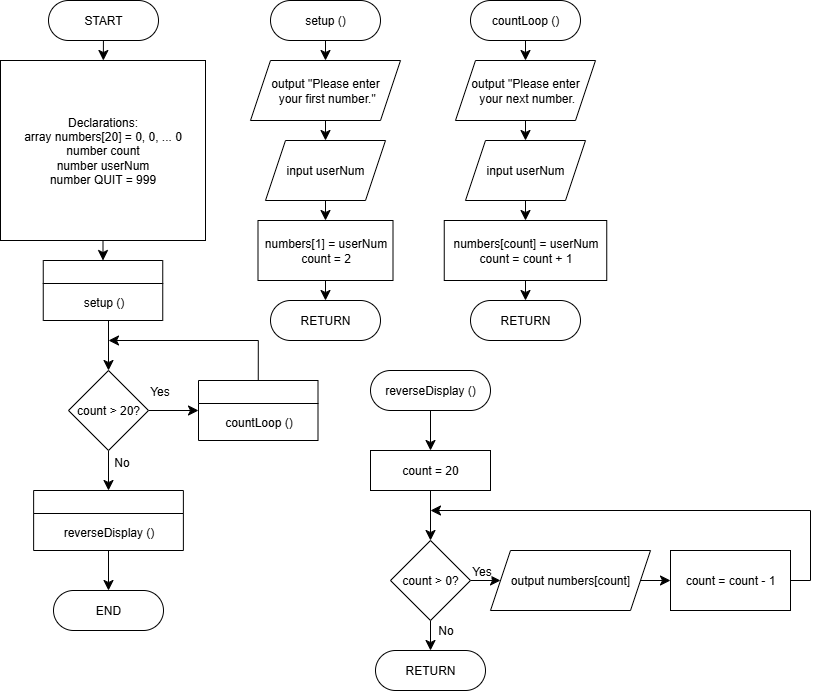
Earlier version of the draw.io export Module 7 - Arrays Exercise 1-2 - Connor Bowles.drawio.png (CBowles10/SDEV_120_FALL2025_CBOWLES). Source tidied: cells renumbered, new cells last; positions are measured from the earlier drawing's top-left corner, leaving out a move shared by most shapes.
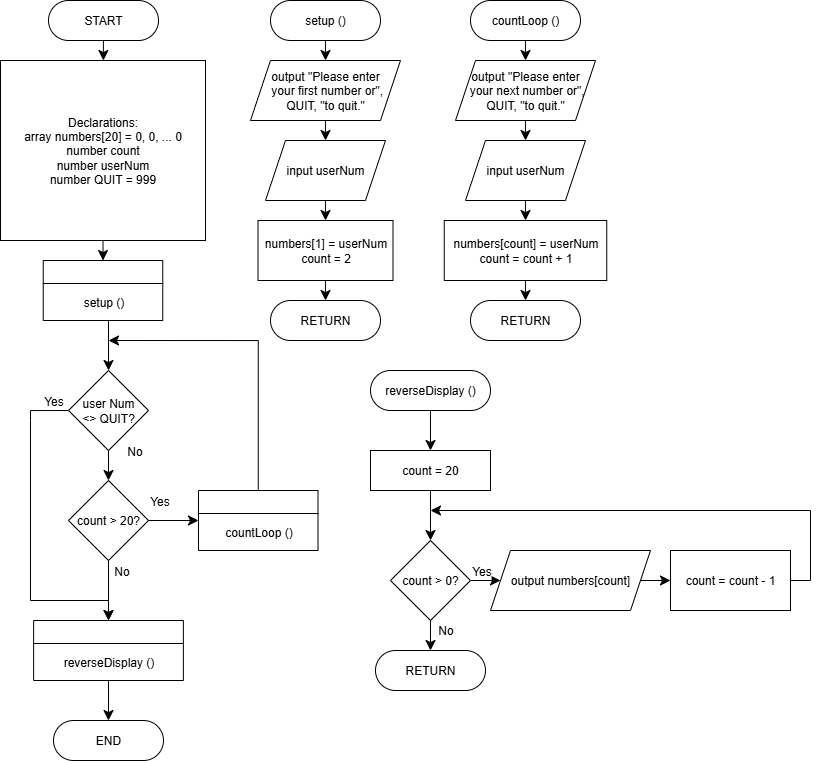
After the change.

The edit, as a diff of the source:
```diff
@@ -27,11 +27,11 @@
     </mxCell>
     <mxCell id="9" value="No" style="edgeLabel;html=1;align=center;verticalAlign=middle;fontSize=12;" parent="8" vertex="1">
       <mxGeometry x="-0.39" y="4" relative="1" as="geometry">
-        <mxPoint x="8" as="offset" />
+        <mxPoint x="8" y="-8" as="offset" />
       </mxGeometry>
     </mxCell>
     <mxCell id="10" value="count &amp;gt; 20?" style="rhombus;whiteSpace=wrap;html=1;" parent="1" vertex="1">
-      <mxGeometry x="68" y="370" width="80" height="80" as="geometry" />
+      <mxGeometry x="68" y="480" width="80" height="80" as="geometry" />
     </mxCell>
     <mxCell id="11" style="edgeStyle=orthogonalEdgeStyle;rounded=0;jettySize=auto;html=1;exitX=0.5;exitY=0;exitDx=0;exitDy=0;fontSize=12;startSize=8;endSize=8;" parent="1" edge="1" source="12">
       <mxGeometry relative="1" as="geometry">
@@ -42,12 +42,12 @@
       </mxGeometry>
     </mxCell>
     <mxCell id="12" style="swimlane;whiteSpace=wrap;html=1;" parent="1" vertex="1">
-      <mxGeometry x="198" y="380" width="119.5" height="60" as="geometry" />
+      <mxGeometry x="198" y="490" width="119.5" height="60" as="geometry" />
     </mxCell>
     <mxCell id="13" value="&lt;font style=&quot;font-size: 12px;&quot;&gt;countLoop ()&lt;/font&gt;" style="text;html=1;align=center;verticalAlign=middle;strokeColor=none;fillColor=none;fontSize=16;" parent="12" vertex="1">
       <mxGeometry x="14.8" y="25" width="90" height="30" as="geometry" />
     </mxCell>
-    <mxCell id="14" style="edgeStyle=none;curved=1;rounded=0;jettySize=auto;html=1;entryX=0.5;entryY=0;entryDx=0;entryDy=0;fontSize=12;startSize=8;endSize=8;" parent="1" edge="1" target="10">
+    <mxCell id="14" style="edgeStyle=none;curved=1;rounded=0;jettySize=auto;html=1;fontSize=12;startSize=8;endSize=8;entryX=0.5;entryY=0;entryDx=0;entryDy=0;" parent="1" edge="1" target="59">
       <mxGeometry relative="1" as="geometry">
         <mxPoint x="108" y="320" as="sourcePoint" />
       </mxGeometry>
@@ -59,13 +59,13 @@
       <mxGeometry x="29.8" y="25" width="60" height="30" as="geometry" />
     </mxCell>
     <mxCell id="17" value="END" style="rounded=1;whiteSpace=wrap;html=1;arcSize=50;" parent="1" vertex="1">
-      <mxGeometry x="53" y="590" width="110" height="40" as="geometry" />
+      <mxGeometry x="53" y="720" width="110" height="40" as="geometry" />
     </mxCell>
     <mxCell id="18" style="edgeStyle=none;curved=1;rounded=0;jettySize=auto;html=1;exitX=0.5;exitY=1;exitDx=0;exitDy=0;entryX=0.5;entryY=0;entryDx=0;entryDy=0;fontSize=12;startSize=8;endSize=8;" parent="1" edge="1" source="19" target="17">
       <mxGeometry relative="1" as="geometry" />
     </mxCell>
     <mxCell id="19" style="swimlane;whiteSpace=wrap;html=1;" parent="1" vertex="1">
-      <mxGeometry x="33.1" y="490" width="149.8" height="60" as="geometry" />
+      <mxGeometry x="33.1" y="620" width="149.8" height="60" as="geometry" />
     </mxCell>
     <mxCell id="20" value="&lt;font style=&quot;font-size: 12px;&quot;&gt;reverseDisplay ()&lt;/font&gt;" style="text;html=1;align=center;verticalAlign=middle;strokeColor=none;fillColor=none;fontSize=16;" parent="19" vertex="1">
       <mxGeometry x="19.9" y="25" width="110" height="30" as="geometry" />
@@ -79,7 +79,7 @@
     <mxCell id="23" style="edgeStyle=none;curved=1;rounded=0;jettySize=auto;html=1;exitX=0.5;exitY=1;exitDx=0;exitDy=0;entryX=0.5;entryY=0;entryDx=0;entryDy=0;fontSize=12;startSize=8;endSize=8;" parent="1" edge="1" source="24" target="26">
       <mxGeometry relative="1" as="geometry" />
     </mxCell>
-    <mxCell id="24" value="output &quot;Please enter&lt;br&gt;&amp;nbsp;your first number.&quot;" style="shape=parallelogram;perimeter=parallelogramPerimeter;whiteSpace=wrap;html=1;fixedSize=1;" parent="1" vertex="1">
+    <mxCell id="24" value="output &quot;Please enter&lt;br&gt;&amp;nbsp;your first number or&quot;, QUIT, &quot;to quit.&quot;" style="shape=parallelogram;perimeter=parallelogramPerimeter;whiteSpace=wrap;html=1;fixedSize=1;" parent="1" vertex="1">
       <mxGeometry x="250" y="60" width="150" height="60" as="geometry" />
     </mxCell>
     <mxCell id="25" style="edgeStyle=none;curved=1;rounded=0;jettySize=auto;html=1;exitX=0.5;exitY=1;exitDx=0;exitDy=0;fontSize=12;startSize=8;endSize=8;" parent="1" edge="1" source="26" target="29">
@@ -106,7 +106,7 @@
     <mxCell id="32" style="edgeStyle=none;curved=1;rounded=0;jettySize=auto;html=1;exitX=0.5;exitY=1;exitDx=0;exitDy=0;fontSize=12;startSize=8;endSize=8;" parent="1" edge="1" source="33" target="35">
       <mxGeometry relative="1" as="geometry" />
     </mxCell>
-    <mxCell id="33" value="output &quot;Please enter&lt;div&gt;&amp;nbsp;your next number.&lt;/div&gt;" style="shape=parallelogram;perimeter=parallelogramPerimeter;whiteSpace=wrap;html=1;fixedSize=1;" parent="1" vertex="1">
+    <mxCell id="33" value="output &quot;Please enter&lt;br&gt;&amp;nbsp;your next number or&quot;, QUIT, &quot;to quit.&quot;" style="shape=parallelogram;perimeter=parallelogramPerimeter;whiteSpace=wrap;html=1;fixedSize=1;" parent="1" vertex="1">
       <mxGeometry x="455" y="60" width="140" height="60" as="geometry" />
     </mxCell>
     <mxCell id="34" style="edgeStyle=none;curved=1;rounded=0;jettySize=auto;html=1;exitX=0.5;exitY=1;exitDx=0;exitDy=0;entryX=0.5;entryY=0;entryDx=0;entryDy=0;fontSize=12;startSize=8;endSize=8;" parent="1" edge="1" source="35" target="37">
@@ -178,5 +178,34 @@
     <mxCell id="53" value="RETURN" style="rounded=1;whiteSpace=wrap;html=1;arcSize=50;" parent="1" vertex="1">
       <mxGeometry x="375" y="650" width="110" height="40" as="geometry" />
     </mxCell>
+    <mxCell id="54" style="edgeStyle=none;curved=1;rounded=0;jettySize=auto;html=1;exitX=0.5;exitY=1;exitDx=0;exitDy=0;entryX=0.5;entryY=0;entryDx=0;entryDy=0;fontSize=12;startSize=8;endSize=8;" parent="1" edge="1" source="59" target="10">
+      <mxGeometry relative="1" as="geometry" />
+    </mxCell>
+    <mxCell id="55" value="No" style="edgeLabel;html=1;align=center;verticalAlign=middle;fontSize=12;" parent="54" vertex="1">
+      <mxGeometry x="-0.01" y="-2" relative="1" as="geometry">
+        <mxPoint x="27" y="-15" as="offset" />
+      </mxGeometry>
+    </mxCell>
+    <mxCell id="56" style="edgeStyle=elbowEdgeStyle;rounded=0;jettySize=auto;html=1;fontSize=12;startSize=8;endSize=8;elbow=vertical;entryX=0.5;entryY=0;entryDx=0;entryDy=0;" parent="1" edge="1" target="19">
+      <mxGeometry relative="1" as="geometry">
+        <mxPoint x="30" y="420" as="sourcePoint" />
+        <Array as="points">
+          <mxPoint x="70" y="600" />
+        </Array>
+      </mxGeometry>
+    </mxCell>
+    <mxCell id="57" style="edgeStyle=orthogonalEdgeStyle;rounded=0;jettySize=auto;html=1;exitX=0;exitY=0.5;exitDx=0;exitDy=0;fontSize=12;startSize=8;endSize=8;endArrow=none;endFill=0;" parent="1" edge="1" source="59">
+      <mxGeometry relative="1" as="geometry">
+        <mxPoint x="30" y="420" as="targetPoint" />
+      </mxGeometry>
+    </mxCell>
+    <mxCell id="58" value="Yes" style="edgeLabel;html=1;align=center;verticalAlign=middle;fontSize=12;" parent="57" vertex="1">
+      <mxGeometry x="-0.24" y="-1" relative="1" as="geometry">
+        <mxPoint x="3" y="-9" as="offset" />
+      </mxGeometry>
+    </mxCell>
+    <mxCell id="59" value="user Num&lt;br&gt;&amp;lt;&amp;gt; QUIT?" style="rhombus;whiteSpace=wrap;html=1;" parent="1" vertex="1">
+      <mxGeometry x="68" y="370" width="80" height="80" as="geometry" />
+    </mxCell>
   </root>
 </mxGraphModel>
```
